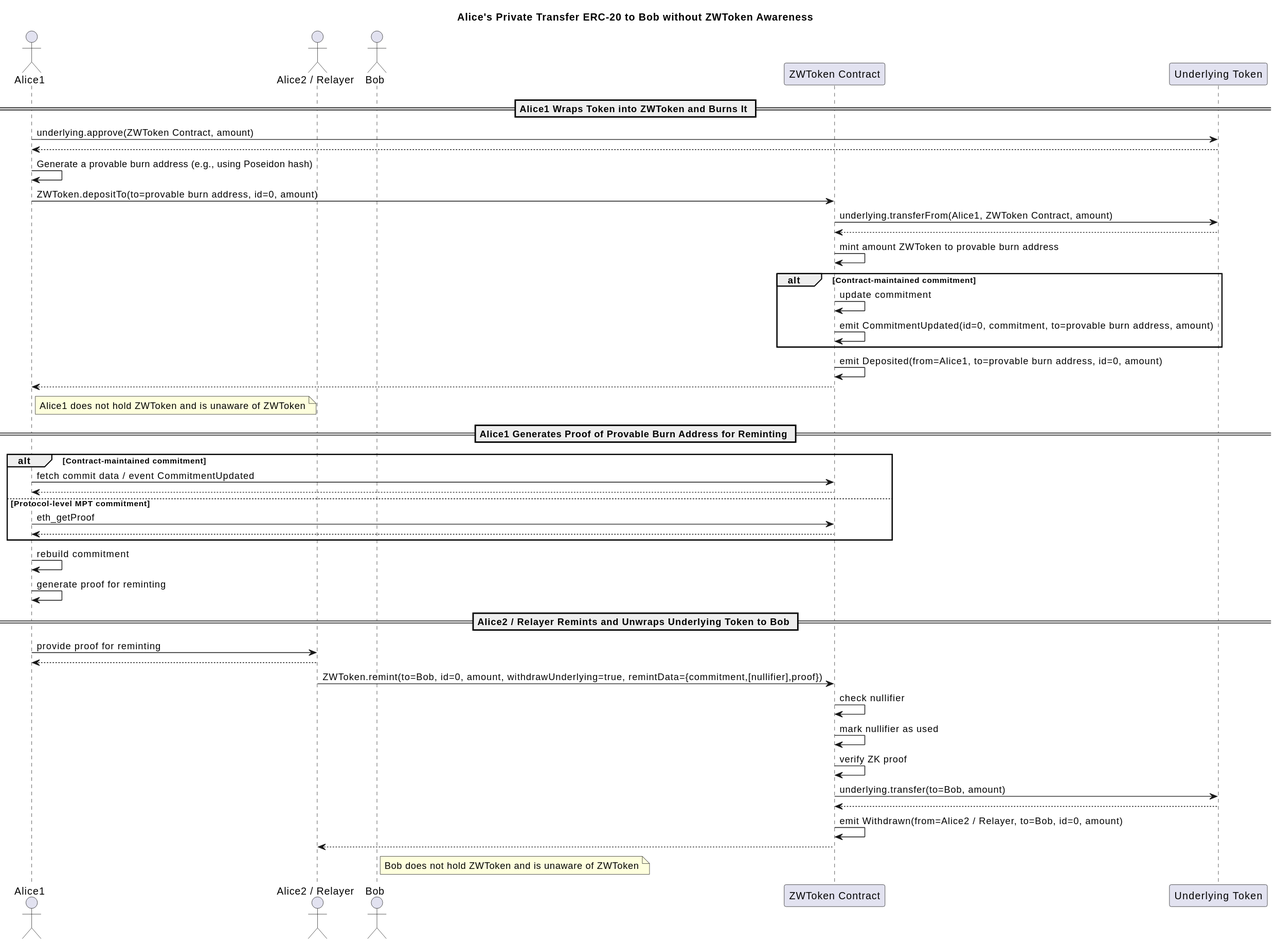
ethereum/ERCs keeps this PlantUML diagram as assets/erc-8065/flow2.svg. Above is the earlier version.
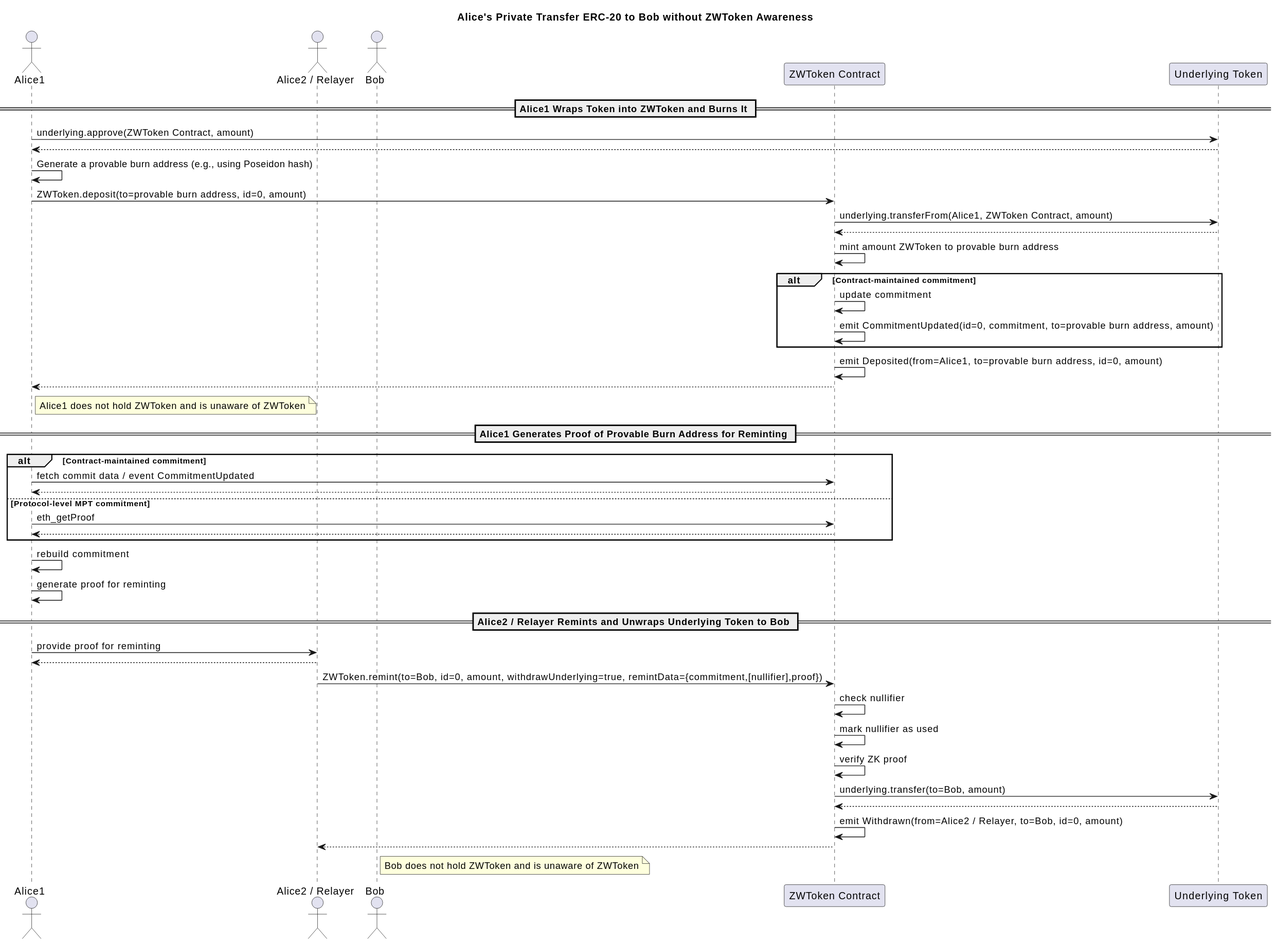
Above is the later version.

Commit message:
Update ERC-8065: change depositTo to deposit and withdrawTo to withdraw

Change to the diagram source:
```diff
@@ -11,7 +11,7 @@
 Alice1 -> U : underlying.approve(ZWToken Contract, amount)
 Alice1 <-- U
 Alice1 -> Alice1 : Generate a provable burn address (e.g., using Poseidon hash)
-Alice1 -> ZW : ZWToken.depositTo(to=provable burn address, id=0, amount)
+Alice1 -> ZW : ZWToken.deposit(to=provable burn address, id=0, amount)
 ZW -> U : underlying.transferFrom(Alice1, ZWToken Contract, amount)
 ZW <-- U
 ZW -> ZW : mint amount ZWToken to provable burn address
```
